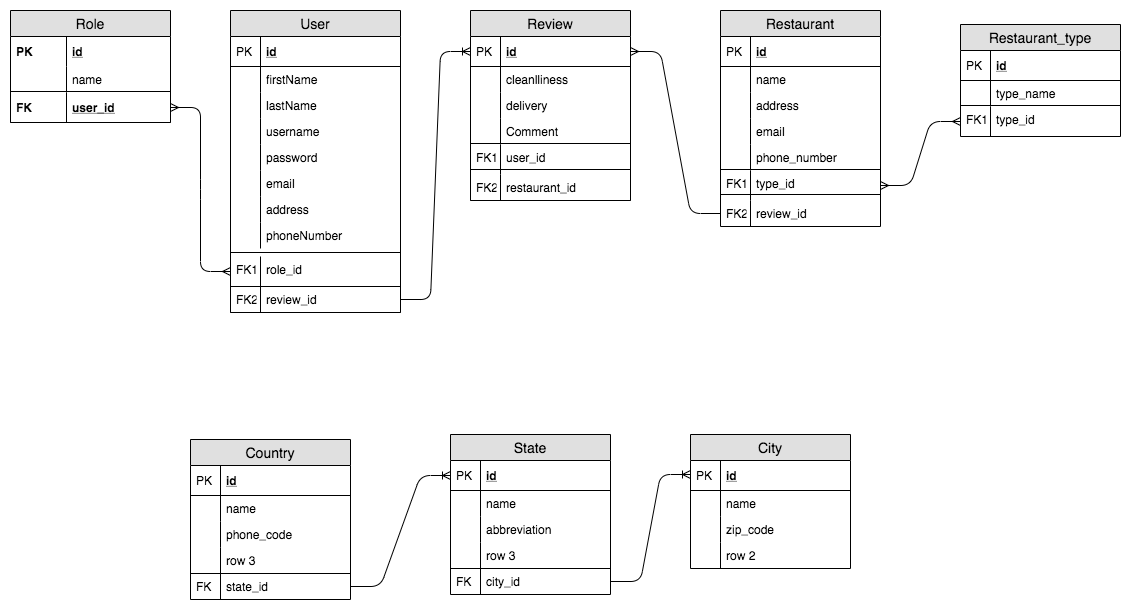
tttkhai/foody keeps this draw.io diagram as foody-EntityDiagram.png. Above is the earlier version. Source tidied: cells renumbered, new cells last; positions are measured from the earlier drawing's top-left corner, leaving out a move shared by most shapes.
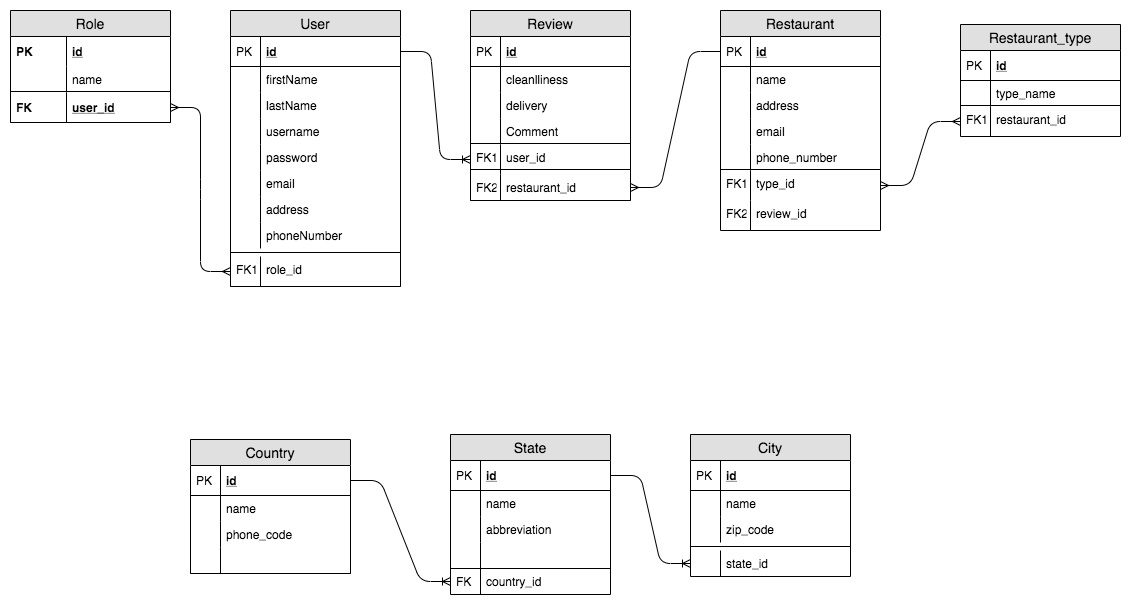
The same diagram one commit later.

The edit, as a diff of the source:
```diff
@@ -3,7 +3,7 @@
     <mxCell id="0" />
     <mxCell id="1" parent="0" />
     <mxCell id="2" value="User" style="swimlane;fontStyle=0;horizontal=1;startSize=26;fillColor=#e0e0e0;swimlaneFillColor=#ffffff;align=center;fontSize=14;" parent="1" vertex="1">
-      <mxGeometry x="220" width="170" height="302" as="geometry" />
+      <mxGeometry x="220" width="170" height="276" as="geometry" />
     </mxCell>
     <mxCell id="3" value="id" style="shape=partialRectangle;top=0;left=0;right=0;bottom=1;align=left;verticalAlign=middle;fillColor=none;spacingLeft=34;spacingRight=4;overflow=hidden;points=[[0,0.5],[1,0.5]];portConstraint=eastwest;fontStyle=5;fontSize=12;" parent="2" vertex="1">
       <mxGeometry y="26" width="170" height="30" as="geometry" />
@@ -62,12 +62,6 @@
     <mxCell id="21" value="FK1" style="shape=partialRectangle;top=0;left=0;bottom=0;fillColor=none;align=left;verticalAlign=top;spacingLeft=4;spacingRight=4;overflow=hidden;fontSize=12;" parent="20" vertex="1">
       <mxGeometry width="30" height="30" as="geometry" />
     </mxCell>
-    <mxCell id="22" value="review_id" style="shape=partialRectangle;top=0;left=0;right=0;bottom=1;align=left;verticalAlign=top;fillColor=none;spacingLeft=34;spacingRight=4;overflow=hidden;points=[[0,0.5],[1,0.5]];portConstraint=eastwest;fontSize=12;" parent="2" vertex="1">
-      <mxGeometry y="276" width="170" height="26" as="geometry" />
-    </mxCell>
-    <mxCell id="23" value="FK2" style="shape=partialRectangle;top=0;left=0;bottom=0;fillColor=none;align=left;verticalAlign=top;spacingLeft=4;spacingRight=4;overflow=hidden;fontSize=12;" parent="22" vertex="1">
-      <mxGeometry width="30" height="26" as="geometry" />
-    </mxCell>
     <mxCell id="24" value="Role" style="swimlane;fontStyle=0;horizontal=1;startSize=26;fillColor=#e0e0e0;swimlaneFillColor=#ffffff;align=center;fontSize=14;" parent="1" vertex="1">
       <mxGeometry width="160" height="112" as="geometry" />
     </mxCell>
@@ -96,7 +90,7 @@
       <mxGeometry width="56" height="30" as="geometry" />
     </mxCell>
     <mxCell id="32" value="Restaurant" style="swimlane;fontStyle=0;horizontal=1;startSize=26;fillColor=#e0e0e0;swimlaneFillColor=#ffffff;align=center;fontSize=14;" parent="1" vertex="1">
-      <mxGeometry x="710" width="160" height="216" as="geometry" />
+      <mxGeometry x="710" width="160" height="220" as="geometry" />
     </mxCell>
     <mxCell id="33" value="id" style="shape=partialRectangle;top=0;left=0;right=0;bottom=1;align=left;verticalAlign=middle;fillColor=none;spacingLeft=34;spacingRight=4;overflow=hidden;points=[[0,0.5],[1,0.5]];portConstraint=eastwest;fontStyle=5;fontSize=12;" parent="32" vertex="1">
       <mxGeometry y="26" width="160" height="30" as="geometry" />
@@ -140,20 +134,14 @@
         <mxPoint x="160" y="159" as="targetPoint" />
       </mxGeometry>
     </mxCell>
-    <mxCell id="46" style="endArrow=none;html=1;rounded=0;" parent="32" edge="1">
-      <mxGeometry relative="1" as="geometry">
-        <mxPoint y="184" as="sourcePoint" />
-        <mxPoint x="160" y="184" as="targetPoint" />
-      </mxGeometry>
-    </mxCell>
-    <mxCell id="47" value="review_id" style="shape=partialRectangle;top=0;left=0;right=0;bottom=0;align=left;verticalAlign=top;fillColor=none;spacingLeft=34;spacingRight=4;overflow=hidden;points=[[0,0.5],[1,0.5]];portConstraint=eastwest;fontSize=12;strokeColor=none;" parent="32" vertex="1">
-      <mxGeometry y="190" width="160" height="26" as="geometry" />
-    </mxCell>
-    <mxCell id="48" value="FK2" style="shape=partialRectangle;top=0;left=0;bottom=0;fillColor=none;align=left;verticalAlign=top;spacingLeft=4;spacingRight=4;overflow=hidden;fontSize=12;" parent="47" vertex="1">
-      <mxGeometry width="30" height="26" as="geometry" />
-    </mxCell>
+    <mxCell id="111" value="review_id" style="shape=partialRectangle;top=0;left=0;right=0;bottom=0;align=left;verticalAlign=top;fillColor=none;spacingLeft=34;spacingRight=4;overflow=hidden;fontSize=12;" parent="32" vertex="1">
+      <mxGeometry y="190" width="160" height="30" as="geometry" />
+    </mxCell>
+    <mxCell id="112" value="FK2" style="shape=partialRectangle;top=0;left=0;bottom=0;fillColor=none;align=left;verticalAlign=top;spacingLeft=4;spacingRight=4;overflow=hidden;fontSize=12;" parent="111" vertex="1">
+      <mxGeometry width="30" height="30" as="geometry" />
+    </mxCell>
     <mxCell id="49" value="City" style="swimlane;fontStyle=0;horizontal=1;startSize=26;fillColor=#e0e0e0;swimlaneFillColor=#ffffff;align=center;fontSize=14;" parent="1" vertex="1">
-      <mxGeometry x="680" y="424" width="160" height="134" as="geometry" />
+      <mxGeometry x="680" y="424" width="160" height="142" as="geometry" />
     </mxCell>
     <mxCell id="50" value="id" style="shape=partialRectangle;top=0;left=0;right=0;bottom=1;align=left;verticalAlign=middle;fillColor=none;spacingLeft=34;spacingRight=4;overflow=hidden;fontStyle=5;fontSize=12;" parent="49" vertex="1">
       <mxGeometry y="26" width="160" height="30" as="geometry" />
@@ -173,8 +161,11 @@
     <mxCell id="55" style="shape=partialRectangle;top=0;left=0;bottom=0;fillColor=none;align=left;verticalAlign=top;spacingLeft=4;spacingRight=4;overflow=hidden;fontSize=12;" parent="54" vertex="1">
       <mxGeometry width="30" height="26" as="geometry" />
     </mxCell>
+    <mxCell id="113" style="line;strokeWidth=1;fillColor=none;align=left;verticalAlign=middle;spacingTop=-1;spacingLeft=3;spacingRight=3;labelPosition=right;fontSize=12;" parent="49" vertex="1">
+      <mxGeometry y="108" width="160" height="8" as="geometry" />
+    </mxCell>
-    <mxCell id="56" value="row 2" style="shape=partialRectangle;top=0;left=0;right=0;bottom=0;align=left;verticalAlign=top;fillColor=none;spacingLeft=34;spacingRight=4;overflow=hidden;points=[[0,0.5],[1,0.5]];portConstraint=eastwest;fontSize=12;" parent="49" vertex="1">
-      <mxGeometry y="108" width="160" height="26" as="geometry" />
+    <mxCell id="56" value="state_id" style="shape=partialRectangle;top=0;left=0;right=0;bottom=0;align=left;verticalAlign=top;fillColor=none;spacingLeft=34;spacingRight=4;overflow=hidden;points=[[0,0.5],[1,0.5]];portConstraint=eastwest;fontSize=12;" parent="49" vertex="1">
+      <mxGeometry y="116" width="160" height="26" as="geometry" />
     </mxCell>
     <mxCell id="57" style="shape=partialRectangle;top=0;left=0;bottom=0;fillColor=none;align=left;verticalAlign=top;spacingLeft=4;spacingRight=4;overflow=hidden;fontSize=12;" parent="56" vertex="1">
       <mxGeometry width="30" height="26" as="geometry" />
@@ -200,7 +191,7 @@
     <mxCell id="64" style="shape=partialRectangle;top=0;left=0;bottom=0;fillColor=none;align=left;verticalAlign=top;spacingLeft=4;spacingRight=4;overflow=hidden;fontSize=12;" parent="63" vertex="1">
       <mxGeometry width="30" height="26" as="geometry" />
     </mxCell>
-    <mxCell id="65" value="row 3" style="shape=partialRectangle;top=0;left=0;right=0;bottom=0;align=left;verticalAlign=top;fillColor=none;spacingLeft=34;spacingRight=4;overflow=hidden;fontSize=12;" parent="58" vertex="1">
+    <mxCell id="65" style="shape=partialRectangle;top=0;left=0;right=0;bottom=0;align=left;verticalAlign=top;fillColor=none;spacingLeft=34;spacingRight=4;overflow=hidden;fontSize=12;" parent="58" vertex="1">
       <mxGeometry y="108" width="160" height="26" as="geometry" />
     </mxCell>
     <mxCell id="66" style="shape=partialRectangle;top=0;left=0;bottom=0;fillColor=none;align=left;verticalAlign=top;spacingLeft=4;spacingRight=4;overflow=hidden;fontSize=12;" parent="65" vertex="1">
@@ -212,14 +203,14 @@
         <mxPoint x="160" y="134" as="targetPoint" />
       </mxGeometry>
     </mxCell>
-    <mxCell id="68" value="city_id" style="shape=partialRectangle;top=0;left=0;right=0;bottom=0;align=left;verticalAlign=top;fillColor=none;spacingLeft=34;spacingRight=4;overflow=hidden;points=[[0,0.5],[1,0.5]];portConstraint=eastwest;fontSize=12;" parent="58" vertex="1">
+    <mxCell id="68" value="country_id" style="shape=partialRectangle;top=0;left=0;right=0;bottom=0;align=left;verticalAlign=top;fillColor=none;spacingLeft=34;spacingRight=4;overflow=hidden;points=[[0,0.5],[1,0.5]];portConstraint=eastwest;fontSize=12;" parent="58" vertex="1">
       <mxGeometry y="134" width="160" height="26" as="geometry" />
     </mxCell>
     <mxCell id="69" value="FK" style="shape=partialRectangle;top=0;left=0;bottom=0;fillColor=none;align=left;verticalAlign=top;spacingLeft=4;spacingRight=4;overflow=hidden;fontSize=12;" parent="68" vertex="1">
       <mxGeometry width="30" height="26" as="geometry" />
     </mxCell>
     <mxCell id="70" value="Country" style="swimlane;fontStyle=0;horizontal=1;startSize=26;fillColor=#e0e0e0;swimlaneFillColor=#ffffff;align=center;fontSize=14;" parent="1" vertex="1">
-      <mxGeometry x="180" y="429" width="160" height="160" as="geometry" />
+      <mxGeometry x="180" y="429" width="160" height="134" as="geometry" />
     </mxCell>
     <mxCell id="71" value="id" style="shape=partialRectangle;top=0;left=0;right=0;bottom=1;align=left;verticalAlign=middle;fillColor=none;spacingLeft=34;spacingRight=4;overflow=hidden;points=[[0,0.5],[1,0.5]];portConstraint=eastwest;fontStyle=5;fontSize=12;" parent="70" vertex="1">
       <mxGeometry y="26" width="160" height="30" as="geometry" />
@@ -239,7 +230,7 @@
     <mxCell id="76" style="shape=partialRectangle;top=0;left=0;bottom=0;fillColor=none;align=left;verticalAlign=top;spacingLeft=4;spacingRight=4;overflow=hidden;fontSize=12;" parent="75" vertex="1">
       <mxGeometry width="30" height="26" as="geometry" />
     </mxCell>
-    <mxCell id="77" value="row 3" style="shape=partialRectangle;top=0;left=0;right=0;bottom=0;align=left;verticalAlign=top;fillColor=none;spacingLeft=34;spacingRight=4;overflow=hidden;fontSize=12;" parent="70" vertex="1">
+    <mxCell id="77" style="shape=partialRectangle;top=0;left=0;right=0;bottom=0;align=left;verticalAlign=top;fillColor=none;spacingLeft=34;spacingRight=4;overflow=hidden;fontSize=12;" parent="70" vertex="1">
       <mxGeometry y="108" width="160" height="26" as="geometry" />
     </mxCell>
     <mxCell id="78" style="shape=partialRectangle;top=0;left=0;bottom=0;fillColor=none;align=left;verticalAlign=top;spacingLeft=4;spacingRight=4;overflow=hidden;fontSize=12;" parent="77" vertex="1">
@@ -251,12 +242,6 @@
         <mxPoint x="160" y="134" as="targetPoint" />
       </mxGeometry>
     </mxCell>
-    <mxCell id="80" value="state_id" style="shape=partialRectangle;top=0;left=0;right=0;bottom=0;align=left;verticalAlign=top;fillColor=none;spacingLeft=34;spacingRight=4;overflow=hidden;points=[[0,0.5],[1,0.5]];portConstraint=eastwest;fontSize=12;" parent="70" vertex="1">
-      <mxGeometry y="134" width="160" height="26" as="geometry" />
-    </mxCell>
-    <mxCell id="81" value="FK" style="shape=partialRectangle;top=0;left=0;bottom=0;fillColor=none;align=left;verticalAlign=top;spacingLeft=4;spacingRight=4;overflow=hidden;fontSize=12;" parent="80" vertex="1">
-      <mxGeometry width="30" height="26" as="geometry" />
-    </mxCell>
     <mxCell id="82" value="Review" style="swimlane;fontStyle=0;horizontal=1;startSize=26;fillColor=#e0e0e0;swimlaneFillColor=#ffffff;align=center;fontSize=14;" parent="1" vertex="1">
       <mxGeometry x="460" width="160" height="190" as="geometry" />
     </mxCell>
@@ -311,7 +296,7 @@
     <mxCell id="97" style="edgeStyle=entityRelationEdgeStyle;fontSize=12;html=1;endArrow=ERmany;startArrow=ERmany;exitX=1;exitY=0.5;exitDx=0;exitDy=0;entryX=0;entryY=0.5;entryDx=0;entryDy=0;" parent="1" edge="1" source="30" target="20">
       <mxGeometry relative="1" as="geometry" />
     </mxCell>
-    <mxCell id="98" style="edgeStyle=entityRelationEdgeStyle;fontSize=12;html=1;endArrow=ERoneToMany;exitX=1;exitY=0.5;exitDx=0;exitDy=0;entryX=0;entryY=0.5;entryDx=0;entryDy=0;" parent="1" edge="1" source="22" target="83">
+    <mxCell id="98" style="edgeStyle=entityRelationEdgeStyle;fontSize=12;html=1;endArrow=ERoneToMany;exitX=1;exitY=0.5;exitDx=0;exitDy=0;entryX=0;entryY=0.5;entryDx=0;entryDy=0;" parent="1" edge="1" source="3" target="92">
       <mxGeometry relative="1" as="geometry" />
     </mxCell>
     <mxCell id="99" value="Restaurant_type" style="swimlane;fontStyle=0;horizontal=1;startSize=26;fillColor=#e0e0e0;swimlaneFillColor=#ffffff;align=center;fontSize=14;" parent="1" vertex="1">
@@ -335,7 +320,7 @@
         <mxPoint x="160" y="81" as="targetPoint" />
       </mxGeometry>
     </mxCell>
-    <mxCell id="105" value="type_id" style="shape=partialRectangle;top=0;left=0;right=0;bottom=0;align=left;verticalAlign=top;fillColor=none;spacingLeft=34;spacingRight=4;overflow=hidden;points=[[0,0.5],[1,0.5]];portConstraint=eastwest;fontSize=12;" parent="99" vertex="1">
+    <mxCell id="105" value="restaurant_id" style="shape=partialRectangle;top=0;left=0;right=0;bottom=0;align=left;verticalAlign=top;fillColor=none;spacingLeft=34;spacingRight=4;overflow=hidden;points=[[0,0.5],[1,0.5]];portConstraint=eastwest;fontSize=12;" parent="99" vertex="1">
       <mxGeometry y="82" width="160" height="30" as="geometry" />
     </mxCell>
     <mxCell id="106" value="FK1" style="shape=partialRectangle;top=0;left=0;bottom=0;fillColor=none;align=left;verticalAlign=top;spacingLeft=4;spacingRight=4;overflow=hidden;fontSize=12;" parent="105" vertex="1">
@@ -344,15 +329,13 @@
     <mxCell id="107" style="edgeStyle=entityRelationEdgeStyle;fontSize=12;html=1;endArrow=ERmany;startArrow=ERmany;entryX=0;entryY=0.5;entryDx=0;entryDy=0;exitX=1;exitY=0.5;exitDx=0;exitDy=0;" parent="1" edge="1" source="43" target="105">
       <mxGeometry relative="1" as="geometry" />
     </mxCell>
-    <mxCell id="108" style="edgeStyle=entityRelationEdgeStyle;fontSize=12;html=1;endArrow=ERoneToMany;exitX=1;exitY=0.5;exitDx=0;exitDy=0;entryX=0;entryY=0.5;entryDx=0;entryDy=0;" parent="1" edge="1" source="80" target="59">
+    <mxCell id="108" style="edgeStyle=entityRelationEdgeStyle;fontSize=12;html=1;endArrow=ERoneToMany;exitX=1;exitY=0.5;exitDx=0;exitDy=0;entryX=0;entryY=0.5;entryDx=0;entryDy=0;" parent="1" edge="1" source="71" target="68">
       <mxGeometry relative="1" as="geometry" />
     </mxCell>
-    <mxCell id="109" style="edgeStyle=entityRelationEdgeStyle;fontSize=12;html=1;endArrow=ERoneToMany;exitX=1;exitY=0.5;exitDx=0;exitDy=0;" parent="1" edge="1" source="68">
-      <mxGeometry relative="1" as="geometry">
-        <mxPoint x="680" y="464" as="targetPoint" />
-      </mxGeometry>
+    <mxCell id="109" style="edgeStyle=entityRelationEdgeStyle;fontSize=12;html=1;endArrow=ERoneToMany;exitX=1;exitY=0.5;exitDx=0;exitDy=0;entryX=0;entryY=0.5;entryDx=0;entryDy=0;" parent="1" edge="1" source="59" target="56">
+      <mxGeometry relative="1" as="geometry" />
     </mxCell>
-    <mxCell id="110" style="edgeStyle=entityRelationEdgeStyle;fontSize=12;html=1;endArrow=none;startArrow=ERmany;entryX=0;entryY=0.5;entryDx=0;entryDy=0;exitX=1;exitY=0.5;exitDx=0;exitDy=0;endFill=0;" parent="1" edge="1" source="83" target="47">
+    <mxCell id="110" style="edgeStyle=entityRelationEdgeStyle;fontSize=12;html=1;endArrow=none;startArrow=ERmany;entryX=0;entryY=0.5;entryDx=0;entryDy=0;exitX=1;exitY=0.5;exitDx=0;exitDy=0;endFill=0;" parent="1" edge="1" source="95" target="33">
       <mxGeometry relative="1" as="geometry" />
     </mxCell>
   </root>
```
